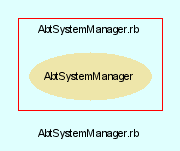
Earlier version of the Graphviz export src/trunk/doc/dot/f_8.png (eschabell/abtlinux). Its source is kept beside it as src/trunk/doc/dot/f_8.dot. Source of this version:
```dot
digraph TopLevel {
    compound = true
    bgcolor = lightcyan1
    fontname = Arial
    fontsize = 8
    label = "AbtSystemManager.rb"
    node [
        fontname = Arial,
        fontsize = 8,
        color = black
    ]

    subgraph cluster_8 {
        fontname = Arial
        color = red
        label = "AbtSystemManager.rb"
        AbtSystemManager [
            fontcolor = black,
            URL = "classes/AbtSystemManager.html",
            shape = ellipse,
            color = palegoldenrod,
            style = filled,
            label = "AbtSystemManager"
        ]

    }

}
```
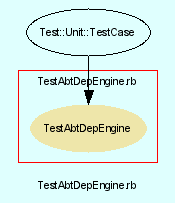
The same diagram one commit later.

What changed in the source:
```diff
@@ -3,26 +3,35 @@
     bgcolor = lightcyan1
     fontname = Arial
     fontsize = 8
-    label = "AbtSystemManager.rb"
+    label = "TestAbtDepEngine.rb"
     node [
         fontname = Arial,
         fontsize = 8,
         color = black
     ]
 
-    subgraph cluster_8 {
+    subgraph cluster_9 {
         fontname = Arial
         color = red
-        label = "AbtSystemManager.rb"
-        AbtSystemManager [
+        label = "TestAbtDepEngine.rb"
+        TestAbtDepEngine [
             fontcolor = black,
-            URL = "classes/AbtSystemManager.html",
+            URL = "classes/TestAbtDepEngine.html",
             shape = ellipse,
             color = palegoldenrod,
             style = filled,
-            label = "AbtSystemManager"
+            label = "TestAbtDepEngine"
         ]
 
     }
 
+    Test__Unit__TestCase [
+        URL = "classes/Test/Unit/TestCase.html",
+        label = "Test::Unit::TestCase"
+    ]
+
+    Test__Unit__TestCase -> TestAbtDepEngine [
+
+    ]
+
 }
```
